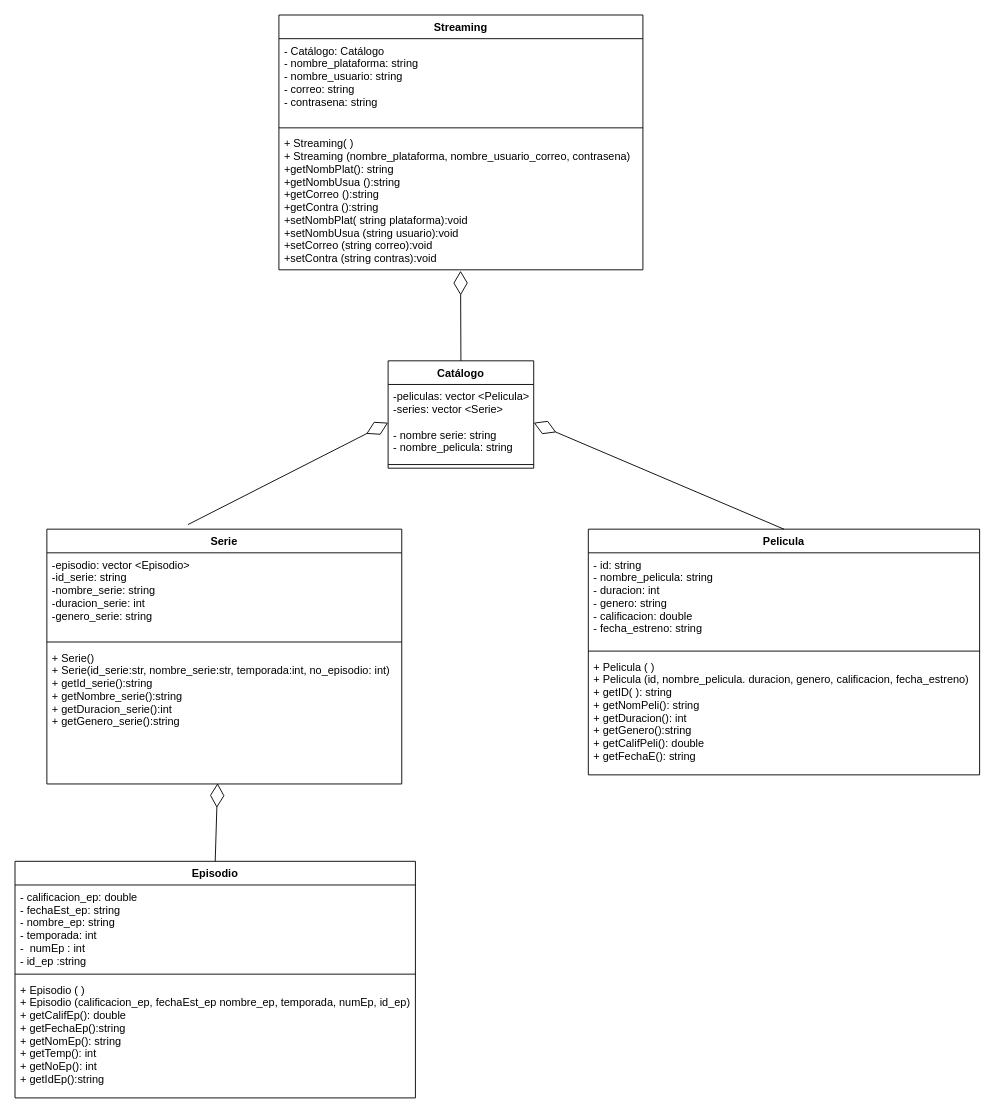
The draw.io diagram page "UML" (1 of 2) of streaming.drawio in rosafigueroaA01748086/proyectointegrador-A01748800, before the edit. Source tidied: cells renumbered, new cells numbered last; positions are measured from the earlier drawing's top-left corner, leaving out a move shared by most shapes. Both pictures are drawn from the tidied source at 91%, with x=0, y=0 at pixel (15, 15).
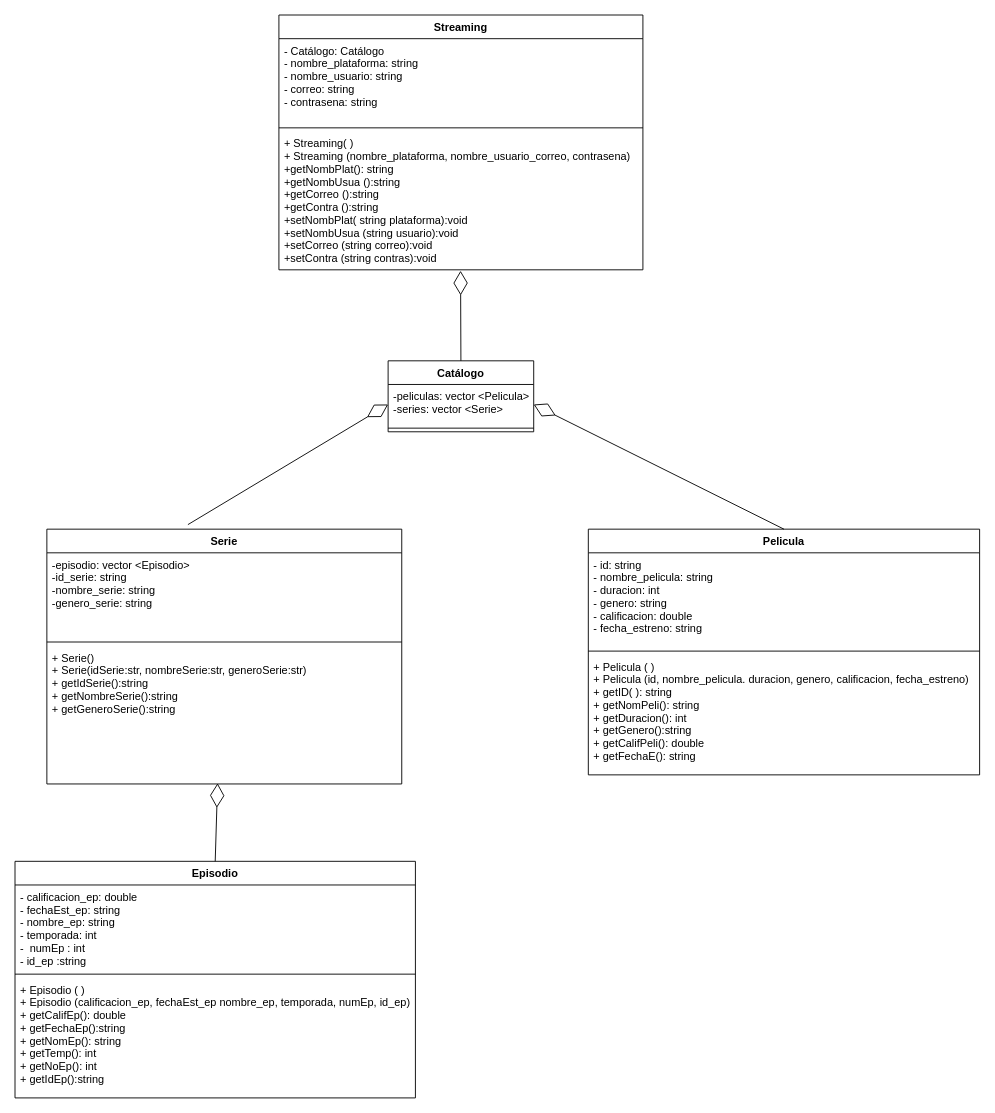
The same page after the edit.

Unchanged cells that the change refers to:
```xml
<mxCell id="6" value="Serie" style="swimlane;fontStyle=1;align=center;verticalAlign=top;horizontal=1;startSize=26;" parent="1" vertex="1">
  <mxGeometry x="35" y="565" width="390" height="280" as="geometry" />
</mxCell>
```

Change to the diagram source:
```diff
@@
-    <mxCell id="7" value="-episodio: vector &lt;Episodio&gt;&#10;-id_serie: string&#10;-nombre_serie: string&#10;-duracion_serie: int&#10;-genero_serie: string" style="text;strokeColor=none;fillColor=none;align=left;verticalAlign=top;spacingLeft=4;spacingRight=4;overflow=hidden;" parent="6" vertex="1">
+    <mxCell id="7" value="-episodio: vector &lt;Episodio&gt;&#10;-id_serie: string&#10;-nombre_serie: string&#10;-genero_serie: string" style="text;strokeColor=none;fillColor=none;align=left;verticalAlign=top;spacingLeft=4;spacingRight=4;overflow=hidden;" parent="6" vertex="1">
       <mxGeometry y="26" width="390" height="94" as="geometry" />
     </mxCell>
@@
-    <mxCell id="9" value="+ Serie()&#10;+ Serie(id_serie:str, nombre_serie:str, temporada:int, no_episodio: int)&#10;+ getId_serie():string&#10;+ getNombre_serie():string&#10;+ getDuracion_serie():int&#10;+ getGenero_serie():string&#10;" style="text;strokeColor=none;fillColor=none;align=left;verticalAlign=top;spacingLeft=4;spacingRight=4;overflow=hidden;points=[[0,0.5],[1,0.5]];portConstraint=eastwest;" parent="6" vertex="1">
+    <mxCell id="9" value="+ Serie()&#10;+ Serie(idSerie:str, nombreSerie:str, generoSerie:str)&#10;+ getIdSerie():string&#10;+ getNombreSerie():string&#10;+ getGeneroSerie():string&#10;&#10;" style="text;strokeColor=none;fillColor=none;align=left;verticalAlign=top;spacingLeft=4;spacingRight=4;overflow=hidden;points=[[0,0.5],[1,0.5]];portConstraint=eastwest;" parent="6" vertex="1">
       <mxGeometry y="128" width="390" height="152" as="geometry" />
     </mxCell>
@@
     <mxCell id="14" value="Catálogo" style="swimlane;fontStyle=1;align=center;verticalAlign=top;horizontal=1;startSize=26;" parent="1" vertex="1">
-      <mxGeometry x="410" y="380" width="160" height="118" as="geometry" />
+      <mxGeometry x="410" y="380" width="160" height="78" as="geometry" />
     </mxCell>
-    <mxCell id="15" value="-peliculas: vector &lt;Pelicula&gt;&#10;-series: vector &lt;Serie&gt;&#10;&#10;- nombre serie: string&#10;- nombre_pelicula: string" style="text;strokeColor=none;fillColor=none;align=left;verticalAlign=top;spacingLeft=4;spacingRight=4;overflow=hidden;points=[[0,0.5],[1,0.5]];portConstraint=eastwest;" parent="14" vertex="1">
-      <mxGeometry y="26" width="160" height="84" as="geometry" />
+    <mxCell id="15" value="-peliculas: vector &lt;Pelicula&gt;&#10;-series: vector &lt;Serie&gt;&#10;&#10;" style="text;strokeColor=none;fillColor=none;align=left;verticalAlign=top;spacingLeft=4;spacingRight=4;overflow=hidden;points=[[0,0.5],[1,0.5]];portConstraint=eastwest;" parent="14" vertex="1">
+      <mxGeometry y="26" width="160" height="44" as="geometry" />
     </mxCell>
     <mxCell id="16" style="line;strokeWidth=1;fillColor=none;align=left;verticalAlign=middle;spacingTop=-1;spacingLeft=3;spacingRight=3;labelPosition=right;" parent="14" vertex="1">
-      <mxGeometry y="110" width="160" height="8" as="geometry" />
+      <mxGeometry y="70" width="160" height="8" as="geometry" />
     </mxCell>
```
